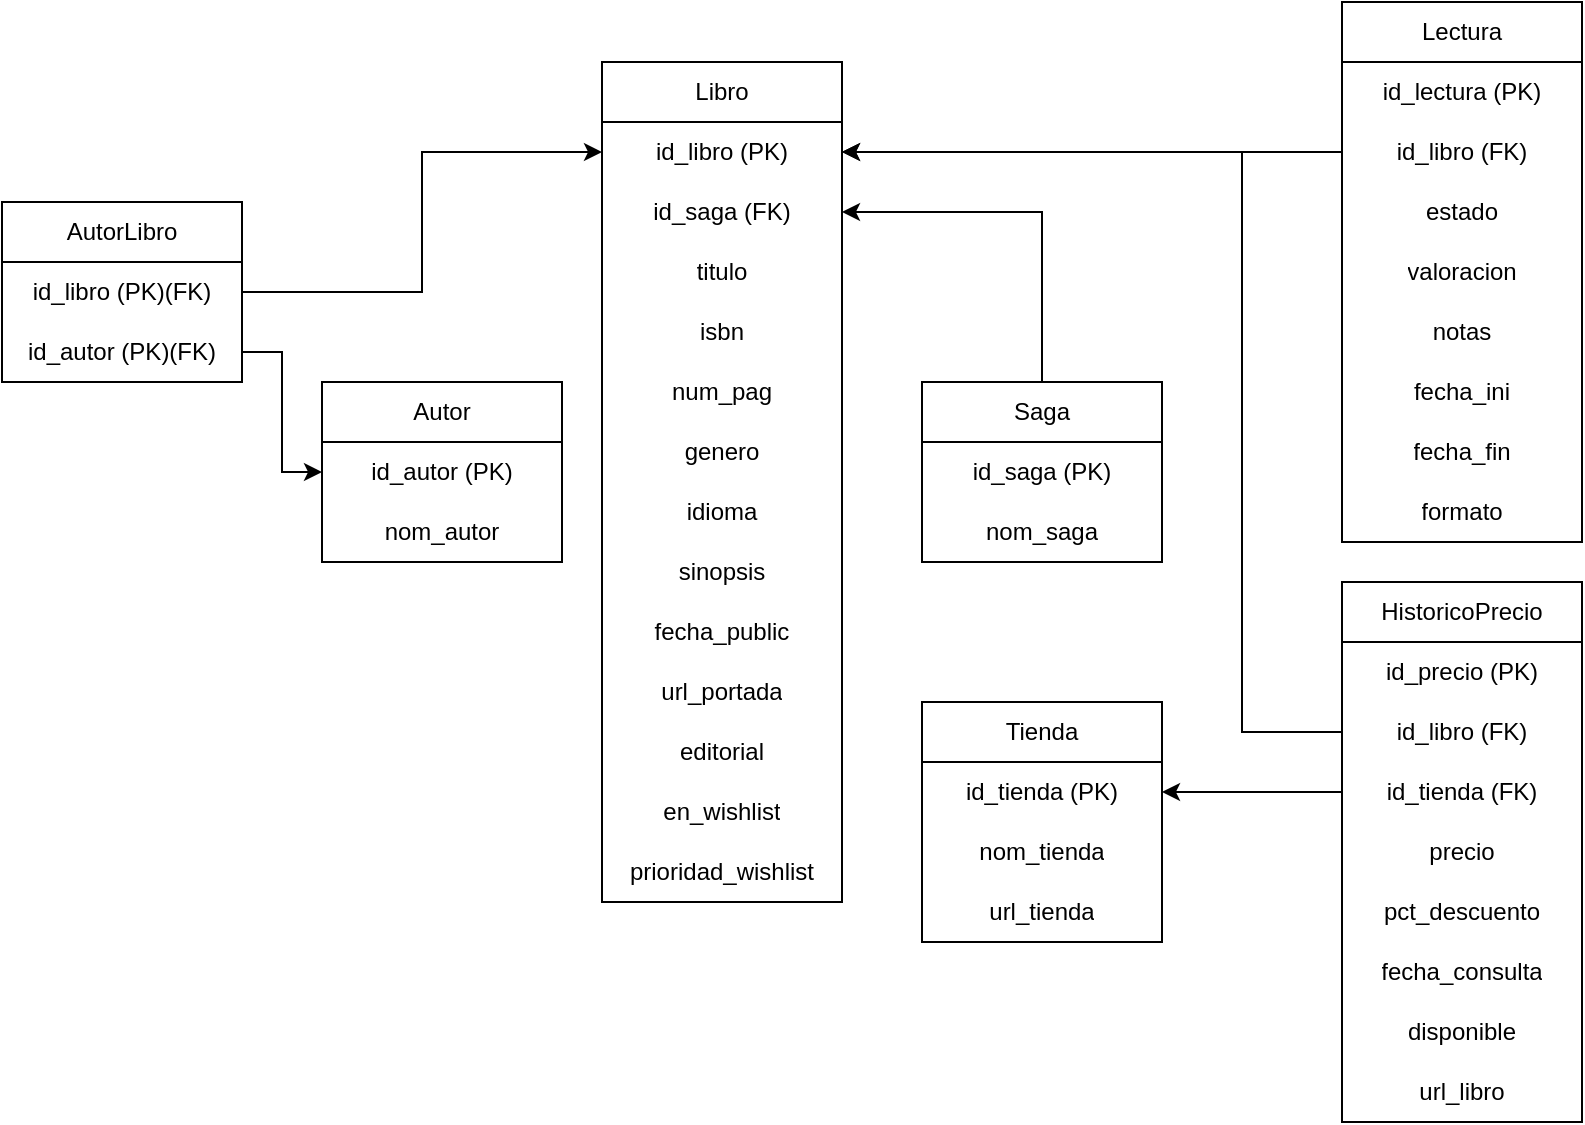
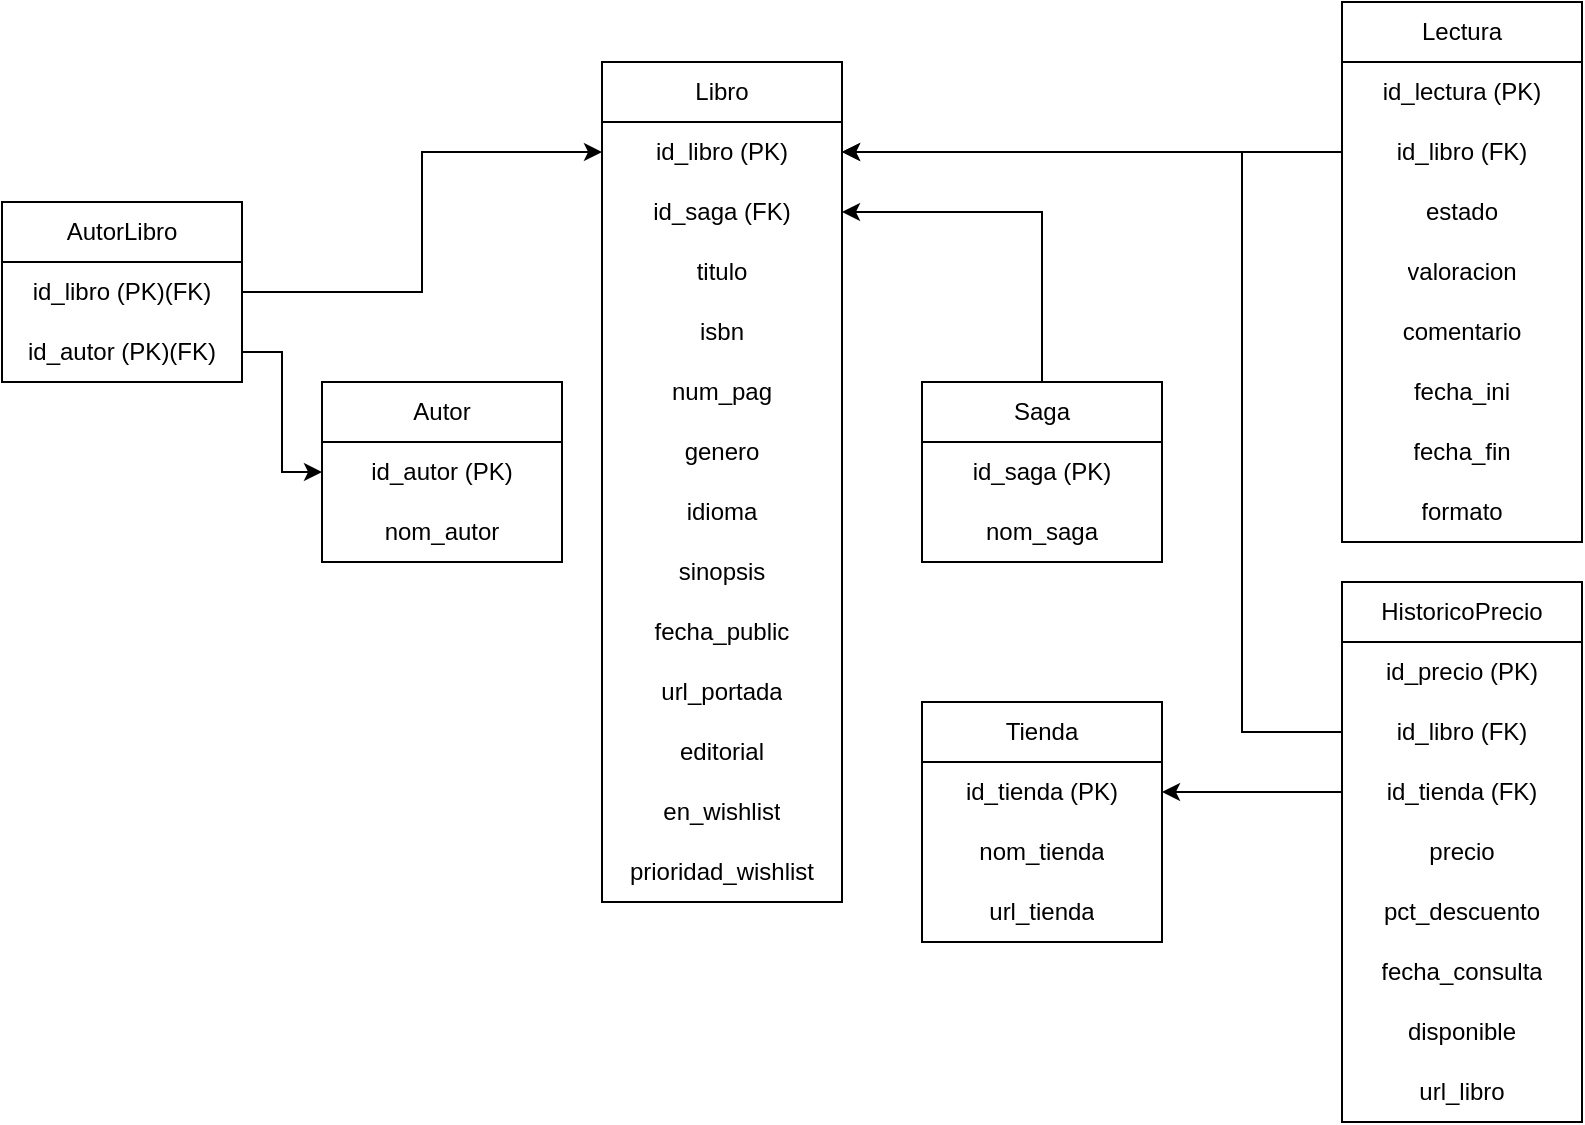
<mxfile host="app.diagrams.net">
  <diagram name="Page-1" id="43clveSkA00BWzA2pZKT">
    <mxGraphModel dx="1414" dy="777" grid="1" gridSize="10" guides="1" tooltips="1" connect="1" arrows="1" fold="1" page="1" pageScale="1" pageWidth="827" pageHeight="1169" math="0" shadow="0">
      <root>
        <mxCell id="0" />
        <mxCell id="1" parent="0" />
        <mxCell id="ughanFrk9LF8G0aV5Lb7-1" parent="1" style="swimlane;fontStyle=0;childLayout=stackLayout;horizontal=1;startSize=30;horizontalStack=0;resizeParent=1;resizeParentMax=0;resizeLast=0;collapsible=1;marginBottom=0;whiteSpace=wrap;html=1;" value="Libro" vertex="1">
          <mxGeometry height="420" width="120" x="320" y="40" as="geometry" />
        </mxCell>
        <mxCell id="ughanFrk9LF8G0aV5Lb7-6" parent="ughanFrk9LF8G0aV5Lb7-1" style="text;strokeColor=none;fillColor=none;align=center;verticalAlign=middle;spacingLeft=4;spacingRight=4;overflow=hidden;points=[[0,0.5],[1,0.5]];portConstraint=eastwest;rotatable=0;whiteSpace=wrap;html=1;" value="id_libro (PK)" vertex="1">
          <mxGeometry height="30" width="120" y="30" as="geometry" />
        </mxCell>
        <mxCell id="ughanFrk9LF8G0aV5Lb7-47" parent="ughanFrk9LF8G0aV5Lb7-1" style="text;strokeColor=none;fillColor=none;align=center;verticalAlign=middle;spacingLeft=4;spacingRight=4;overflow=hidden;points=[[0,0.5],[1,0.5]];portConstraint=eastwest;rotatable=0;whiteSpace=wrap;html=1;" value="id_saga (FK)" vertex="1">
          <mxGeometry height="30" width="120" y="60" as="geometry" />
        </mxCell>
        <mxCell id="ughanFrk9LF8G0aV5Lb7-7" parent="ughanFrk9LF8G0aV5Lb7-1" style="text;strokeColor=none;fillColor=none;align=center;verticalAlign=middle;spacingLeft=4;spacingRight=4;overflow=hidden;points=[[0,0.5],[1,0.5]];portConstraint=eastwest;rotatable=0;whiteSpace=wrap;html=1;" value="titulo" vertex="1">
          <mxGeometry height="30" width="120" y="90" as="geometry" />
        </mxCell>
        <mxCell id="ughanFrk9LF8G0aV5Lb7-8" parent="ughanFrk9LF8G0aV5Lb7-1" style="text;strokeColor=none;fillColor=none;align=center;verticalAlign=middle;spacingLeft=4;spacingRight=4;overflow=hidden;points=[[0,0.5],[1,0.5]];portConstraint=eastwest;rotatable=0;whiteSpace=wrap;html=1;" value="isbn" vertex="1">
          <mxGeometry height="30" width="120" y="120" as="geometry" />
        </mxCell>
        <mxCell id="ughanFrk9LF8G0aV5Lb7-9" parent="ughanFrk9LF8G0aV5Lb7-1" style="text;strokeColor=none;fillColor=none;align=center;verticalAlign=middle;spacingLeft=4;spacingRight=4;overflow=hidden;points=[[0,0.5],[1,0.5]];portConstraint=eastwest;rotatable=0;whiteSpace=wrap;html=1;" value="num_pag" vertex="1">
          <mxGeometry height="30" width="120" y="150" as="geometry" />
        </mxCell>
        <mxCell id="ughanFrk9LF8G0aV5Lb7-10" parent="ughanFrk9LF8G0aV5Lb7-1" style="text;strokeColor=none;fillColor=none;align=center;verticalAlign=middle;spacingLeft=4;spacingRight=4;overflow=hidden;points=[[0,0.5],[1,0.5]];portConstraint=eastwest;rotatable=0;whiteSpace=wrap;html=1;" value="genero" vertex="1">
          <mxGeometry height="30" width="120" y="180" as="geometry" />
        </mxCell>
        <mxCell id="ughanFrk9LF8G0aV5Lb7-11" parent="ughanFrk9LF8G0aV5Lb7-1" style="text;strokeColor=none;fillColor=none;align=center;verticalAlign=middle;spacingLeft=4;spacingRight=4;overflow=hidden;points=[[0,0.5],[1,0.5]];portConstraint=eastwest;rotatable=0;whiteSpace=wrap;html=1;" value="idioma" vertex="1">
          <mxGeometry height="30" width="120" y="210" as="geometry" />
        </mxCell>
        <mxCell id="ughanFrk9LF8G0aV5Lb7-12" parent="ughanFrk9LF8G0aV5Lb7-1" style="text;strokeColor=none;fillColor=none;align=center;verticalAlign=middle;spacingLeft=4;spacingRight=4;overflow=hidden;points=[[0,0.5],[1,0.5]];portConstraint=eastwest;rotatable=0;whiteSpace=wrap;html=1;" value="sinopsis" vertex="1">
          <mxGeometry height="30" width="120" y="240" as="geometry" />
        </mxCell>
        <mxCell id="ughanFrk9LF8G0aV5Lb7-13" parent="ughanFrk9LF8G0aV5Lb7-1" style="text;strokeColor=none;fillColor=none;align=center;verticalAlign=middle;spacingLeft=4;spacingRight=4;overflow=hidden;points=[[0,0.5],[1,0.5]];portConstraint=eastwest;rotatable=0;whiteSpace=wrap;html=1;" value="fecha_public" vertex="1">
          <mxGeometry height="30" width="120" y="270" as="geometry" />
        </mxCell>
        <mxCell id="ughanFrk9LF8G0aV5Lb7-14" parent="ughanFrk9LF8G0aV5Lb7-1" style="text;strokeColor=none;fillColor=none;align=center;verticalAlign=middle;spacingLeft=4;spacingRight=4;overflow=hidden;points=[[0,0.5],[1,0.5]];portConstraint=eastwest;rotatable=0;whiteSpace=wrap;html=1;" value="url_portada" vertex="1">
          <mxGeometry height="30" width="120" y="300" as="geometry" />
        </mxCell>
        <mxCell id="ughanFrk9LF8G0aV5Lb7-5" parent="ughanFrk9LF8G0aV5Lb7-1" style="text;strokeColor=none;fillColor=none;align=center;verticalAlign=middle;spacingLeft=4;spacingRight=4;overflow=hidden;points=[[0,0.5],[1,0.5]];portConstraint=eastwest;rotatable=0;whiteSpace=wrap;html=1;" value="editorial" vertex="1">
          <mxGeometry height="30" width="120" y="330" as="geometry" />
        </mxCell>
        <mxCell id="ughanFrk9LF8G0aV5Lb7-3" parent="ughanFrk9LF8G0aV5Lb7-1" style="text;strokeColor=none;fillColor=none;align=center;verticalAlign=middle;spacingLeft=4;spacingRight=4;overflow=hidden;points=[[0,0.5],[1,0.5]];portConstraint=eastwest;rotatable=0;whiteSpace=wrap;html=1;" value="en_wishlist" vertex="1">
          <mxGeometry height="30" width="120" y="360" as="geometry" />
        </mxCell>
        <mxCell id="ughanFrk9LF8G0aV5Lb7-4" parent="ughanFrk9LF8G0aV5Lb7-1" style="text;strokeColor=none;fillColor=none;align=center;verticalAlign=middle;spacingLeft=4;spacingRight=4;overflow=hidden;points=[[0,0.5],[1,0.5]];portConstraint=eastwest;rotatable=0;whiteSpace=wrap;html=1;" value="prioridad_wishlist" vertex="1">
          <mxGeometry height="30" width="120" y="390" as="geometry" />
        </mxCell>
        <mxCell id="ughanFrk9LF8G0aV5Lb7-49" edge="1" parent="1" source="ughanFrk9LF8G0aV5Lb7-15" style="edgeStyle=orthogonalEdgeStyle;rounded=0;orthogonalLoop=1;jettySize=auto;html=1;" target="ughanFrk9LF8G0aV5Lb7-47">
          <mxGeometry relative="1" as="geometry" />
        </mxCell>
        <mxCell id="ughanFrk9LF8G0aV5Lb7-15" parent="1" style="swimlane;fontStyle=0;childLayout=stackLayout;horizontal=1;startSize=30;horizontalStack=0;resizeParent=1;resizeParentMax=0;resizeLast=0;collapsible=1;marginBottom=0;whiteSpace=wrap;html=1;" value="Saga" vertex="1">
          <mxGeometry height="90" width="120" x="480" y="200" as="geometry" />
        </mxCell>
        <mxCell id="ughanFrk9LF8G0aV5Lb7-16" parent="ughanFrk9LF8G0aV5Lb7-15" style="text;strokeColor=none;fillColor=none;align=center;verticalAlign=middle;spacingLeft=4;spacingRight=4;overflow=hidden;points=[[0,0.5],[1,0.5]];portConstraint=eastwest;rotatable=0;whiteSpace=wrap;html=1;" value="id_saga (PK)" vertex="1">
          <mxGeometry height="30" width="120" y="30" as="geometry" />
        </mxCell>
        <mxCell id="ughanFrk9LF8G0aV5Lb7-17" parent="ughanFrk9LF8G0aV5Lb7-15" style="text;strokeColor=none;fillColor=none;align=center;verticalAlign=middle;spacingLeft=4;spacingRight=4;overflow=hidden;points=[[0,0.5],[1,0.5]];portConstraint=eastwest;rotatable=0;whiteSpace=wrap;html=1;" value="nom_saga" vertex="1">
          <mxGeometry height="30" width="120" y="60" as="geometry" />
        </mxCell>
        <mxCell id="ughanFrk9LF8G0aV5Lb7-21" parent="1" style="swimlane;fontStyle=0;childLayout=stackLayout;horizontal=1;startSize=30;horizontalStack=0;resizeParent=1;resizeParentMax=0;resizeLast=0;collapsible=1;marginBottom=0;whiteSpace=wrap;html=1;" value="Autor" vertex="1">
          <mxGeometry height="90" width="120" x="180" y="200" as="geometry" />
        </mxCell>
        <mxCell id="ughanFrk9LF8G0aV5Lb7-22" parent="ughanFrk9LF8G0aV5Lb7-21" style="text;strokeColor=none;fillColor=none;align=center;verticalAlign=middle;spacingLeft=4;spacingRight=4;overflow=hidden;points=[[0,0.5],[1,0.5]];portConstraint=eastwest;rotatable=0;whiteSpace=wrap;html=1;" value="id_autor (PK)" vertex="1">
          <mxGeometry height="30" width="120" y="30" as="geometry" />
        </mxCell>
        <mxCell id="ughanFrk9LF8G0aV5Lb7-23" parent="ughanFrk9LF8G0aV5Lb7-21" style="text;strokeColor=none;fillColor=none;align=center;verticalAlign=middle;spacingLeft=4;spacingRight=4;overflow=hidden;points=[[0,0.5],[1,0.5]];portConstraint=eastwest;rotatable=0;whiteSpace=wrap;html=1;" value="nom_autor" vertex="1">
          <mxGeometry height="30" width="120" y="60" as="geometry" />
        </mxCell>
        <mxCell id="ughanFrk9LF8G0aV5Lb7-24" parent="1" style="swimlane;fontStyle=0;childLayout=stackLayout;horizontal=1;startSize=30;horizontalStack=0;resizeParent=1;resizeParentMax=0;resizeLast=0;collapsible=1;marginBottom=0;whiteSpace=wrap;html=1;" value="Lectura" vertex="1">
          <mxGeometry height="270" width="120" x="690" y="10" as="geometry" />
        </mxCell>
        <mxCell id="ughanFrk9LF8G0aV5Lb7-25" parent="ughanFrk9LF8G0aV5Lb7-24" style="text;strokeColor=none;fillColor=none;align=center;verticalAlign=middle;spacingLeft=4;spacingRight=4;overflow=hidden;points=[[0,0.5],[1,0.5]];portConstraint=eastwest;rotatable=0;whiteSpace=wrap;html=1;" value="id_lectura (PK)" vertex="1">
          <mxGeometry height="30" width="120" y="30" as="geometry" />
        </mxCell>
        <mxCell id="ughanFrk9LF8G0aV5Lb7-52" parent="ughanFrk9LF8G0aV5Lb7-24" style="text;strokeColor=none;fillColor=none;align=center;verticalAlign=middle;spacingLeft=4;spacingRight=4;overflow=hidden;points=[[0,0.5],[1,0.5]];portConstraint=eastwest;rotatable=0;whiteSpace=wrap;html=1;" value="id_libro (FK)" vertex="1">
          <mxGeometry height="30" width="120" y="60" as="geometry" />
        </mxCell>
        <mxCell id="ughanFrk9LF8G0aV5Lb7-69" parent="ughanFrk9LF8G0aV5Lb7-24" style="text;strokeColor=none;fillColor=none;align=center;verticalAlign=middle;spacingLeft=4;spacingRight=4;overflow=hidden;points=[[0,0.5],[1,0.5]];portConstraint=eastwest;rotatable=0;whiteSpace=wrap;html=1;" value="estado" vertex="1">
          <mxGeometry height="30" width="120" y="90" as="geometry" />
        </mxCell>
        <mxCell id="ughanFrk9LF8G0aV5Lb7-26" parent="ughanFrk9LF8G0aV5Lb7-24" style="text;strokeColor=none;fillColor=none;align=center;verticalAlign=middle;spacingLeft=4;spacingRight=4;overflow=hidden;points=[[0,0.5],[1,0.5]];portConstraint=eastwest;rotatable=0;whiteSpace=wrap;html=1;" value="valoracion" vertex="1">
          <mxGeometry height="30" width="120" y="120" as="geometry" />
        </mxCell>
-         <mxCell id="ughanFrk9LF8G0aV5Lb7-30" parent="ughanFrk9LF8G0aV5Lb7-24" style="text;strokeColor=none;fillColor=none;align=center;verticalAlign=middle;spacingLeft=4;spacingRight=4;overflow=hidden;points=[[0,0.5],[1,0.5]];portConstraint=eastwest;rotatable=0;whiteSpace=wrap;html=1;" value="notas" vertex="1">
+         <mxCell id="ughanFrk9LF8G0aV5Lb7-30" parent="ughanFrk9LF8G0aV5Lb7-24" style="text;strokeColor=none;fillColor=none;align=center;verticalAlign=middle;spacingLeft=4;spacingRight=4;overflow=hidden;points=[[0,0.5],[1,0.5]];portConstraint=eastwest;rotatable=0;whiteSpace=wrap;html=1;" value="comentario" vertex="1">
          <mxGeometry height="30" width="120" y="150" as="geometry" />
        </mxCell>
        <mxCell id="ughanFrk9LF8G0aV5Lb7-29" parent="ughanFrk9LF8G0aV5Lb7-24" style="text;strokeColor=none;fillColor=none;align=center;verticalAlign=middle;spacingLeft=4;spacingRight=4;overflow=hidden;points=[[0,0.5],[1,0.5]];portConstraint=eastwest;rotatable=0;whiteSpace=wrap;html=1;" value="fecha_ini" vertex="1">
          <mxGeometry height="30" width="120" y="180" as="geometry" />
        </mxCell>
        <mxCell id="ughanFrk9LF8G0aV5Lb7-28" parent="ughanFrk9LF8G0aV5Lb7-24" style="text;strokeColor=none;fillColor=none;align=center;verticalAlign=middle;spacingLeft=4;spacingRight=4;overflow=hidden;points=[[0,0.5],[1,0.5]];portConstraint=eastwest;rotatable=0;whiteSpace=wrap;html=1;" value="fecha_fin" vertex="1">
          <mxGeometry height="30" width="120" y="210" as="geometry" />
        </mxCell>
        <mxCell id="ughanFrk9LF8G0aV5Lb7-27" parent="ughanFrk9LF8G0aV5Lb7-24" style="text;strokeColor=none;fillColor=none;align=center;verticalAlign=middle;spacingLeft=4;spacingRight=4;overflow=hidden;points=[[0,0.5],[1,0.5]];portConstraint=eastwest;rotatable=0;whiteSpace=wrap;html=1;" value="formato" vertex="1">
          <mxGeometry height="30" width="120" y="240" as="geometry" />
        </mxCell>
        <mxCell id="ughanFrk9LF8G0aV5Lb7-35" parent="1" style="swimlane;fontStyle=0;childLayout=stackLayout;horizontal=1;startSize=30;horizontalStack=0;resizeParent=1;resizeParentMax=0;resizeLast=0;collapsible=1;marginBottom=0;whiteSpace=wrap;html=1;" value="Tienda" vertex="1">
          <mxGeometry height="120" width="120" x="480" y="360" as="geometry" />
        </mxCell>
        <mxCell id="ughanFrk9LF8G0aV5Lb7-36" parent="ughanFrk9LF8G0aV5Lb7-35" style="text;strokeColor=none;fillColor=none;align=center;verticalAlign=middle;spacingLeft=4;spacingRight=4;overflow=hidden;points=[[0,0.5],[1,0.5]];portConstraint=eastwest;rotatable=0;whiteSpace=wrap;html=1;" value="id_tienda (PK)" vertex="1">
          <mxGeometry height="30" width="120" y="30" as="geometry" />
        </mxCell>
        <mxCell id="ughanFrk9LF8G0aV5Lb7-37" parent="ughanFrk9LF8G0aV5Lb7-35" style="text;strokeColor=none;fillColor=none;align=center;verticalAlign=middle;spacingLeft=4;spacingRight=4;overflow=hidden;points=[[0,0.5],[1,0.5]];portConstraint=eastwest;rotatable=0;whiteSpace=wrap;html=1;" value="nom_tienda" vertex="1">
          <mxGeometry height="30" width="120" y="60" as="geometry" />
        </mxCell>
        <mxCell id="ughanFrk9LF8G0aV5Lb7-38" parent="ughanFrk9LF8G0aV5Lb7-35" style="text;strokeColor=none;fillColor=none;align=center;verticalAlign=middle;spacingLeft=4;spacingRight=4;overflow=hidden;points=[[0,0.5],[1,0.5]];portConstraint=eastwest;rotatable=0;whiteSpace=wrap;html=1;" value="url_tienda" vertex="1">
          <mxGeometry height="30" width="120" y="90" as="geometry" />
        </mxCell>
        <mxCell id="ughanFrk9LF8G0aV5Lb7-39" parent="1" style="swimlane;fontStyle=0;childLayout=stackLayout;horizontal=1;startSize=30;horizontalStack=0;resizeParent=1;resizeParentMax=0;resizeLast=0;collapsible=1;marginBottom=0;whiteSpace=wrap;html=1;" value="HistoricoPrecio" vertex="1">
          <mxGeometry height="270" width="120" x="690" y="300" as="geometry" />
        </mxCell>
        <mxCell id="ughanFrk9LF8G0aV5Lb7-40" parent="ughanFrk9LF8G0aV5Lb7-39" style="text;strokeColor=none;fillColor=none;align=center;verticalAlign=middle;spacingLeft=4;spacingRight=4;overflow=hidden;points=[[0,0.5],[1,0.5]];portConstraint=eastwest;rotatable=0;whiteSpace=wrap;html=1;" value="id_precio (PK)" vertex="1">
          <mxGeometry height="30" width="120" y="30" as="geometry" />
        </mxCell>
        <mxCell id="ughanFrk9LF8G0aV5Lb7-63" parent="ughanFrk9LF8G0aV5Lb7-39" style="text;strokeColor=none;fillColor=none;align=center;verticalAlign=middle;spacingLeft=4;spacingRight=4;overflow=hidden;points=[[0,0.5],[1,0.5]];portConstraint=eastwest;rotatable=0;whiteSpace=wrap;html=1;" value="id_libro (FK)" vertex="1">
          <mxGeometry height="30" width="120" y="60" as="geometry" />
        </mxCell>
        <mxCell id="ughanFrk9LF8G0aV5Lb7-67" parent="ughanFrk9LF8G0aV5Lb7-39" style="text;strokeColor=none;fillColor=none;align=center;verticalAlign=middle;spacingLeft=4;spacingRight=4;overflow=hidden;points=[[0,0.5],[1,0.5]];portConstraint=eastwest;rotatable=0;whiteSpace=wrap;html=1;" value="id_tienda (FK)" vertex="1">
          <mxGeometry height="30" width="120" y="90" as="geometry" />
        </mxCell>
        <mxCell id="ughanFrk9LF8G0aV5Lb7-41" parent="ughanFrk9LF8G0aV5Lb7-39" style="text;strokeColor=none;fillColor=none;align=center;verticalAlign=middle;spacingLeft=4;spacingRight=4;overflow=hidden;points=[[0,0.5],[1,0.5]];portConstraint=eastwest;rotatable=0;whiteSpace=wrap;html=1;" value="precio" vertex="1">
          <mxGeometry height="30" width="120" y="120" as="geometry" />
        </mxCell>
        <mxCell id="ughanFrk9LF8G0aV5Lb7-42" parent="ughanFrk9LF8G0aV5Lb7-39" style="text;strokeColor=none;fillColor=none;align=center;verticalAlign=middle;spacingLeft=4;spacingRight=4;overflow=hidden;points=[[0,0.5],[1,0.5]];portConstraint=eastwest;rotatable=0;whiteSpace=wrap;html=1;" value="pct_descuento" vertex="1">
          <mxGeometry height="30" width="120" y="150" as="geometry" />
        </mxCell>
        <mxCell id="ughanFrk9LF8G0aV5Lb7-44" parent="ughanFrk9LF8G0aV5Lb7-39" style="text;strokeColor=none;fillColor=none;align=center;verticalAlign=middle;spacingLeft=4;spacingRight=4;overflow=hidden;points=[[0,0.5],[1,0.5]];portConstraint=eastwest;rotatable=0;whiteSpace=wrap;html=1;" value="fecha_consulta" vertex="1">
          <mxGeometry height="30" width="120" y="180" as="geometry" />
        </mxCell>
        <mxCell id="ughanFrk9LF8G0aV5Lb7-45" parent="ughanFrk9LF8G0aV5Lb7-39" style="text;strokeColor=none;fillColor=none;align=center;verticalAlign=middle;spacingLeft=4;spacingRight=4;overflow=hidden;points=[[0,0.5],[1,0.5]];portConstraint=eastwest;rotatable=0;whiteSpace=wrap;html=1;" value="disponible" vertex="1">
          <mxGeometry height="30" width="120" y="210" as="geometry" />
        </mxCell>
        <mxCell id="ughanFrk9LF8G0aV5Lb7-46" parent="ughanFrk9LF8G0aV5Lb7-39" style="text;strokeColor=none;fillColor=none;align=center;verticalAlign=middle;spacingLeft=4;spacingRight=4;overflow=hidden;points=[[0,0.5],[1,0.5]];portConstraint=eastwest;rotatable=0;whiteSpace=wrap;html=1;" value="url_libro" vertex="1">
          <mxGeometry height="30" width="120" y="240" as="geometry" />
        </mxCell>
        <mxCell id="ughanFrk9LF8G0aV5Lb7-58" parent="1" style="swimlane;fontStyle=0;childLayout=stackLayout;horizontal=1;startSize=30;horizontalStack=0;resizeParent=1;resizeParentMax=0;resizeLast=0;collapsible=1;marginBottom=0;whiteSpace=wrap;html=1;" value="AutorLibro" vertex="1">
          <mxGeometry height="90" width="120" x="20" y="110" as="geometry" />
        </mxCell>
        <mxCell id="ughanFrk9LF8G0aV5Lb7-60" parent="ughanFrk9LF8G0aV5Lb7-58" style="text;strokeColor=none;fillColor=none;align=center;verticalAlign=middle;spacingLeft=4;spacingRight=4;overflow=hidden;points=[[0,0.5],[1,0.5]];portConstraint=eastwest;rotatable=0;whiteSpace=wrap;html=1;" value="id_libro (PK)(FK)" vertex="1">
          <mxGeometry height="30" width="120" y="30" as="geometry" />
        </mxCell>
        <mxCell id="ughanFrk9LF8G0aV5Lb7-59" parent="ughanFrk9LF8G0aV5Lb7-58" style="text;strokeColor=none;fillColor=none;align=center;verticalAlign=middle;spacingLeft=4;spacingRight=4;overflow=hidden;points=[[0,0.5],[1,0.5]];portConstraint=eastwest;rotatable=0;whiteSpace=wrap;html=1;" value="id_autor (PK)(FK)" vertex="1">
          <mxGeometry height="30" width="120" y="60" as="geometry" />
        </mxCell>
        <mxCell id="ughanFrk9LF8G0aV5Lb7-61" edge="1" parent="1" source="ughanFrk9LF8G0aV5Lb7-59" style="edgeStyle=orthogonalEdgeStyle;rounded=0;orthogonalLoop=1;jettySize=auto;html=1;" target="ughanFrk9LF8G0aV5Lb7-22">
          <mxGeometry relative="1" as="geometry" />
        </mxCell>
        <mxCell id="ughanFrk9LF8G0aV5Lb7-62" edge="1" parent="1" source="ughanFrk9LF8G0aV5Lb7-60" style="edgeStyle=orthogonalEdgeStyle;rounded=0;orthogonalLoop=1;jettySize=auto;html=1;" target="ughanFrk9LF8G0aV5Lb7-6">
          <mxGeometry relative="1" as="geometry" />
        </mxCell>
        <mxCell id="ughanFrk9LF8G0aV5Lb7-64" edge="1" parent="1" source="ughanFrk9LF8G0aV5Lb7-63" style="edgeStyle=orthogonalEdgeStyle;rounded=0;orthogonalLoop=1;jettySize=auto;html=1;" target="ughanFrk9LF8G0aV5Lb7-6">
          <mxGeometry relative="1" as="geometry">
            <Array as="points">
              <mxPoint x="640" y="375" />
              <mxPoint x="640" y="85" />
            </Array>
          </mxGeometry>
        </mxCell>
        <mxCell id="ughanFrk9LF8G0aV5Lb7-65" edge="1" parent="1" source="ughanFrk9LF8G0aV5Lb7-52" style="edgeStyle=orthogonalEdgeStyle;rounded=0;orthogonalLoop=1;jettySize=auto;html=1;" target="ughanFrk9LF8G0aV5Lb7-6">
          <mxGeometry relative="1" as="geometry" />
        </mxCell>
        <mxCell id="ughanFrk9LF8G0aV5Lb7-68" edge="1" parent="1" source="ughanFrk9LF8G0aV5Lb7-67" style="edgeStyle=orthogonalEdgeStyle;rounded=0;orthogonalLoop=1;jettySize=auto;html=1;" target="ughanFrk9LF8G0aV5Lb7-36">
          <mxGeometry relative="1" as="geometry" />
        </mxCell>
      </root>
    </mxGraphModel>
  </diagram>
</mxfile>
